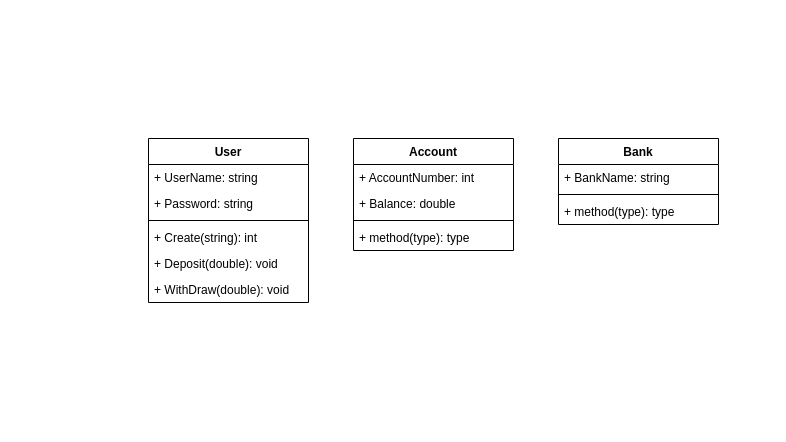
Before: BankDigram.drawio in morsy777/discrete-task, a draw.io diagram. Source tidied: cells renumbered, new cells numbered last; positions are measured from the earlier drawing's top-left corner, leaving out a move shared by most shapes. Both pictures are drawn from the tidied source at 100%, with x=0, y=0 at pixel (148, 138).
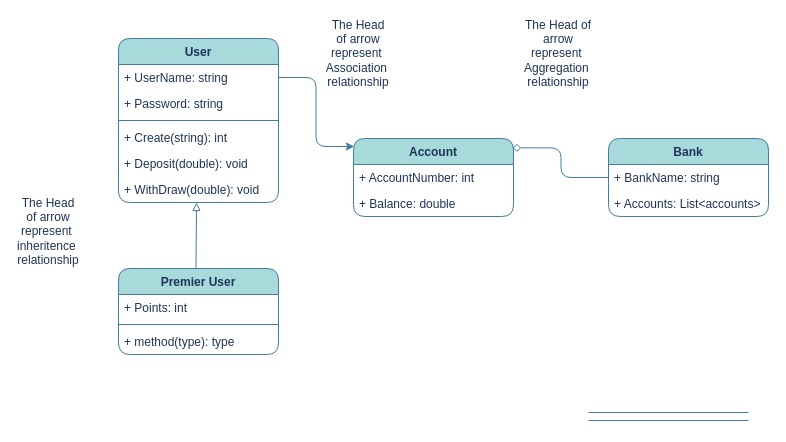
Above is the later version.

Diff of the diagram source:
```diff
@@
-    <mxCell id="2" value="User" style="swimlane;fontStyle=1;align=center;verticalAlign=top;horizontal=1;startSize=26;whiteSpace=wrap;html=1;" parent="1" vertex="1">
-      <mxGeometry width="160" height="164" as="geometry" />
+    <mxCell id="2" value="User" style="swimlane;fontStyle=1;align=center;verticalAlign=top;horizontal=1;startSize=26;whiteSpace=wrap;html=1;labelBackgroundColor=none;rounded=1;fillColor=#A8DADC;strokeColor=#457B9D;fontColor=#1D3557;" parent="1" vertex="1">
+      <mxGeometry x="-30" y="-100" width="160" height="164" as="geometry" />
     </mxCell>
-    <mxCell id="3" value="+ UserName: string" style="text;strokeColor=none;fillColor=none;align=left;verticalAlign=top;spacingLeft=4;spacingRight=4;overflow=hidden;points=[[0,0.5],[1,0.5]];portConstraint=eastwest;whiteSpace=wrap;html=1;" parent="2" vertex="1">
+    <mxCell id="3" value="+ UserName: string" style="text;strokeColor=none;fillColor=none;align=left;verticalAlign=top;spacingLeft=4;spacingRight=4;overflow=hidden;points=[[0,0.5],[1,0.5]];portConstraint=eastwest;whiteSpace=wrap;html=1;labelBackgroundColor=none;rounded=1;fontColor=#1D3557;" parent="2" vertex="1">
       <mxGeometry y="26" width="160" height="26" as="geometry" />
     </mxCell>
-    <mxCell id="4" value="+ Password: string" style="text;strokeColor=none;fillColor=none;align=left;verticalAlign=top;spacingLeft=4;spacingRight=4;overflow=hidden;whiteSpace=wrap;html=1;" parent="2" vertex="1">
+    <mxCell id="4" value="+ Password: string" style="text;strokeColor=none;fillColor=none;align=left;verticalAlign=top;spacingLeft=4;spacingRight=4;overflow=hidden;whiteSpace=wrap;html=1;labelBackgroundColor=none;rounded=1;fontColor=#1D3557;" parent="2" vertex="1">
       <mxGeometry y="52" width="160" height="26" as="geometry" />
     </mxCell>
-    <mxCell id="5" style="line;strokeWidth=1;fillColor=none;align=left;verticalAlign=middle;spacingTop=-1;spacingLeft=3;spacingRight=3;labelPosition=right;strokeColor=inherit;" parent="2" vertex="1">
+    <mxCell id="5" style="line;strokeWidth=1;fillColor=none;align=left;verticalAlign=middle;spacingTop=-1;spacingLeft=3;spacingRight=3;labelPosition=right;labelBackgroundColor=none;rounded=1;strokeColor=#457B9D;fontColor=#1D3557;" parent="2" vertex="1">
       <mxGeometry y="78" width="160" height="8" as="geometry" />
     </mxCell>
-    <mxCell id="6" value="+ Create(string): int" style="text;strokeColor=none;fillColor=none;align=left;verticalAlign=top;spacingLeft=4;spacingRight=4;overflow=hidden;whiteSpace=wrap;html=1;" parent="2" vertex="1">
+    <mxCell id="6" value="+ Create(string): int" style="text;strokeColor=none;fillColor=none;align=left;verticalAlign=top;spacingLeft=4;spacingRight=4;overflow=hidden;whiteSpace=wrap;html=1;labelBackgroundColor=none;rounded=1;fontColor=#1D3557;" parent="2" vertex="1">
       <mxGeometry y="86" width="160" height="26" as="geometry" />
     </mxCell>
-    <mxCell id="7" value="+ Deposit(double): void" style="text;strokeColor=none;fillColor=none;align=left;verticalAlign=top;spacingLeft=4;spacingRight=4;overflow=hidden;whiteSpace=wrap;html=1;" parent="2" vertex="1">
+    <mxCell id="7" value="+ Deposit(double): void" style="text;strokeColor=none;fillColor=none;align=left;verticalAlign=top;spacingLeft=4;spacingRight=4;overflow=hidden;whiteSpace=wrap;html=1;labelBackgroundColor=none;rounded=1;fontColor=#1D3557;" parent="2" vertex="1">
       <mxGeometry y="112" width="160" height="26" as="geometry" />
     </mxCell>
-    <mxCell id="8" value="+ WithDraw(double): void" style="text;strokeColor=none;fillColor=none;align=left;verticalAlign=top;spacingLeft=4;spacingRight=4;overflow=hidden;whiteSpace=wrap;html=1;" parent="2" vertex="1">
+    <mxCell id="8" value="+ WithDraw(double): void" style="text;strokeColor=none;fillColor=none;align=left;verticalAlign=top;spacingLeft=4;spacingRight=4;overflow=hidden;whiteSpace=wrap;html=1;labelBackgroundColor=none;rounded=1;fontColor=#1D3557;" parent="2" vertex="1">
       <mxGeometry y="138" width="160" height="26" as="geometry" />
     </mxCell>
-    <mxCell id="9" value="Account" style="swimlane;fontStyle=1;align=center;verticalAlign=top;horizontal=1;startSize=26;whiteSpace=wrap;html=1;" parent="1" vertex="1">
-      <mxGeometry x="205" width="160" height="112" as="geometry" />
+    <mxCell id="9" value="Account" style="swimlane;fontStyle=1;align=center;verticalAlign=top;horizontal=1;startSize=26;whiteSpace=wrap;html=1;labelBackgroundColor=none;rounded=1;fillColor=#A8DADC;strokeColor=#457B9D;fontColor=#1D3557;" parent="1" vertex="1">
+      <mxGeometry x="205" width="160" height="78" as="geometry" />
     </mxCell>
-    <mxCell id="10" value="+ AccountNumber: int" style="text;strokeColor=none;fillColor=none;align=left;verticalAlign=top;spacingLeft=4;spacingRight=4;overflow=hidden;whiteSpace=wrap;html=1;" parent="9" vertex="1">
+    <mxCell id="10" value="+ AccountNumber: int" style="text;strokeColor=none;fillColor=none;align=left;verticalAlign=top;spacingLeft=4;spacingRight=4;overflow=hidden;whiteSpace=wrap;html=1;labelBackgroundColor=none;rounded=1;fontColor=#1D3557;" parent="9" vertex="1">
       <mxGeometry y="26" width="160" height="26" as="geometry" />
     </mxCell>
-    <mxCell id="11" value="+ Balance: double" style="text;strokeColor=none;fillColor=none;align=left;verticalAlign=top;spacingLeft=4;spacingRight=4;overflow=hidden;whiteSpace=wrap;html=1;" parent="9" vertex="1">
+    <mxCell id="11" value="+ Balance: double" style="text;strokeColor=none;fillColor=none;align=left;verticalAlign=top;spacingLeft=4;spacingRight=4;overflow=hidden;whiteSpace=wrap;html=1;labelBackgroundColor=none;rounded=1;fontColor=#1D3557;" parent="9" vertex="1">
       <mxGeometry y="52" width="160" height="26" as="geometry" />
     </mxCell>
-    <mxCell id="12" style="line;strokeWidth=1;fillColor=none;align=left;verticalAlign=middle;spacingTop=-1;spacingLeft=3;spacingRight=3;labelPosition=right;strokeColor=inherit;" parent="9" vertex="1">
-      <mxGeometry y="78" width="160" height="8" as="geometry" />
-    </mxCell>
-    <mxCell id="13" value="+ method(type): type" style="text;strokeColor=none;fillColor=none;align=left;verticalAlign=top;spacingLeft=4;spacingRight=4;overflow=hidden;whiteSpace=wrap;html=1;" parent="9" vertex="1">
-      <mxGeometry y="86" width="160" height="26" as="geometry" />
-    </mxCell>
-    <mxCell id="14" value="Bank" style="swimlane;fontStyle=1;align=center;verticalAlign=top;horizontal=1;startSize=26;whiteSpace=wrap;html=1;" parent="1" vertex="1">
-      <mxGeometry x="410" width="160" height="86" as="geometry" />
+    <mxCell id="14" value="Bank" style="swimlane;fontStyle=1;align=center;verticalAlign=top;horizontal=1;startSize=26;whiteSpace=wrap;html=1;labelBackgroundColor=none;rounded=1;fillColor=#A8DADC;strokeColor=#457B9D;fontColor=#1D3557;" parent="1" vertex="1">
+      <mxGeometry x="460" width="160" height="78" as="geometry" />
     </mxCell>
-    <mxCell id="15" value="+ BankName: string" style="text;strokeColor=none;fillColor=none;align=left;verticalAlign=top;spacingLeft=4;spacingRight=4;overflow=hidden;points=[[0,0.5],[1,0.5]];portConstraint=eastwest;whiteSpace=wrap;html=1;" parent="14" vertex="1">
+    <mxCell id="15" value="+ BankName: string" style="text;strokeColor=none;fillColor=none;align=left;verticalAlign=top;spacingLeft=4;spacingRight=4;overflow=hidden;points=[[0,0.5],[1,0.5]];portConstraint=eastwest;whiteSpace=wrap;html=1;labelBackgroundColor=none;rounded=1;fontColor=#1D3557;" parent="14" vertex="1">
       <mxGeometry y="26" width="160" height="26" as="geometry" />
     </mxCell>
+    <mxCell id="18" value="+ Accounts: List&amp;lt;accounts&amp;gt;" style="text;strokeColor=none;fillColor=none;align=left;verticalAlign=top;spacingLeft=4;spacingRight=4;overflow=hidden;whiteSpace=wrap;html=1;labelBackgroundColor=none;rounded=1;fontColor=#1D3557;" parent="14" vertex="1">
+      <mxGeometry y="52" width="160" height="26" as="geometry" />
+    </mxCell>
+    <mxCell id="19" style="edgeStyle=orthogonalEdgeStyle;rounded=1;jettySize=auto;html=1;exitX=1;exitY=0.5;exitDx=0;exitDy=0;entryX=0.005;entryY=0.103;entryDx=0;entryDy=0;entryPerimeter=0;labelBackgroundColor=none;fontColor=default;strokeColor=#457B9D;" parent="1" edge="1" source="3" target="9">
+      <mxGeometry relative="1" as="geometry" />
+    </mxCell>
+    <mxCell id="20" style="edgeStyle=orthogonalEdgeStyle;rounded=1;jettySize=auto;html=1;exitX=0;exitY=0.5;exitDx=0;exitDy=0;entryX=0.995;entryY=0.12;entryDx=0;entryDy=0;entryPerimeter=0;endArrow=diamond;endFill=0;labelBackgroundColor=none;fontColor=default;strokeColor=#457B9D;" parent="1" edge="1" source="15" target="9">
+      <mxGeometry relative="1" as="geometry" />
+    </mxCell>
+    <mxCell id="12" style="line;strokeWidth=1;fillColor=none;align=left;verticalAlign=middle;spacingTop=-1;spacingLeft=3;spacingRight=3;labelPosition=right;labelBackgroundColor=none;rounded=1;strokeColor=#457B9D;fontColor=#1D3557;" parent="1" vertex="1">
+      <mxGeometry x="440" y="278" width="160" height="8" as="geometry" />
+    </mxCell>
-    <mxCell id="16" style="line;strokeWidth=1;fillColor=none;align=left;verticalAlign=middle;spacingTop=-1;spacingLeft=3;spacingRight=3;labelPosition=right;strokeColor=inherit;" parent="14" vertex="1">
-      <mxGeometry y="52" width="160" height="8" as="geometry" />
+    <mxCell id="16" style="line;strokeWidth=1;fillColor=none;align=left;verticalAlign=middle;spacingTop=-1;spacingLeft=3;spacingRight=3;labelPosition=right;labelBackgroundColor=none;rounded=1;strokeColor=#457B9D;fontColor=#1D3557;" parent="1" vertex="1">
+      <mxGeometry x="440" y="270" width="160" height="8" as="geometry" />
     </mxCell>
-    <mxCell id="17" value="+ method(type): type" style="text;strokeColor=none;fillColor=none;align=left;verticalAlign=top;spacingLeft=4;spacingRight=4;overflow=hidden;whiteSpace=wrap;html=1;" parent="14" vertex="1">
-      <mxGeometry y="60" width="160" height="26" as="geometry" />
-    </mxCell>
+    <mxCell id="21" value="Premier User" style="swimlane;fontStyle=1;align=center;verticalAlign=top;horizontal=1;startSize=26;whiteSpace=wrap;html=1;rounded=1;strokeColor=#457B9D;fontColor=#1D3557;fillColor=#A8DADC;" parent="1" vertex="1">
+      <mxGeometry x="-30" y="130" width="160" height="86" as="geometry" />
+    </mxCell>
+    <mxCell id="22" value="+ Points: int" style="text;strokeColor=none;fillColor=none;align=left;verticalAlign=top;spacingLeft=4;spacingRight=4;overflow=hidden;whiteSpace=wrap;html=1;fontColor=#1D3557;" parent="21" vertex="1">
+      <mxGeometry y="26" width="160" height="26" as="geometry" />
+    </mxCell>
+    <mxCell id="23" style="line;strokeWidth=1;fillColor=none;align=left;verticalAlign=middle;spacingTop=-1;spacingLeft=3;spacingRight=3;labelPosition=right;strokeColor=inherit;rounded=1;fontColor=#1D3557;" parent="21" vertex="1">
+      <mxGeometry y="52" width="160" height="8" as="geometry" />
+    </mxCell>
+    <mxCell id="24" value="+ method(type): type" style="text;strokeColor=none;fillColor=none;align=left;verticalAlign=top;spacingLeft=4;spacingRight=4;overflow=hidden;whiteSpace=wrap;html=1;fontColor=#1D3557;" parent="21" vertex="1">
+      <mxGeometry y="60" width="160" height="26" as="geometry" />
+    </mxCell>
+    <mxCell id="25" style="rounded=1;orthogonalLoop=1;jettySize=auto;html=1;strokeColor=#457B9D;fontColor=#1D3557;fillColor=#A8DADC;endArrow=block;endFill=0;exitX=0.5;exitY=0;exitDx=0;exitDy=0;" parent="1" edge="1">
+      <mxGeometry relative="1" as="geometry">
+        <mxPoint x="47.5" y="130.3" as="sourcePoint" />
+        <mxPoint x="48" y="64" as="targetPoint" />
+      </mxGeometry>
+    </mxCell>
+    <mxCell id="26" value="The Head of arrow represent&amp;nbsp;&lt;div&gt;inheritence&amp;nbsp;&lt;/div&gt;&lt;div&gt;relationship&lt;/div&gt;" style="text;strokeColor=none;align=center;fillColor=none;html=1;verticalAlign=middle;whiteSpace=wrap;rounded=0;fontColor=#1D3557;" parent="1" vertex="1">
+      <mxGeometry x="-130" y="78" width="60" height="30" as="geometry" />
+    </mxCell>
+    <mxCell id="27" value="The Head of arrow represent&amp;nbsp;&lt;div&gt;Association&amp;nbsp;&lt;/div&gt;&lt;div&gt;relationship&lt;/div&gt;" style="text;strokeColor=none;align=center;fillColor=none;html=1;verticalAlign=middle;whiteSpace=wrap;rounded=0;fontColor=#1D3557;" parent="1" vertex="1">
+      <mxGeometry x="180" y="-100" width="60" height="30" as="geometry" />
+    </mxCell>
+    <mxCell id="28" value="The Head of arrow represent&amp;nbsp;&lt;div&gt;Aggregation&amp;nbsp;&lt;/div&gt;&lt;div&gt;relationship&lt;/div&gt;" style="text;strokeColor=none;align=center;fillColor=none;html=1;verticalAlign=middle;whiteSpace=wrap;rounded=0;fontColor=#1D3557;" parent="1" vertex="1">
+      <mxGeometry x="380" y="-100" width="60" height="30" as="geometry" />
+    </mxCell>
```
